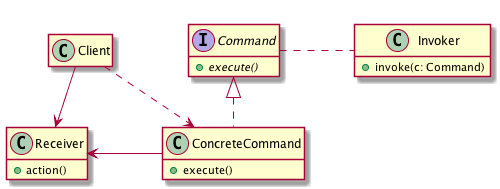
Before: comportement/command/uml/command_cd.png, a diagram exported from PlantUML (ace-lectures/pattern-repository).
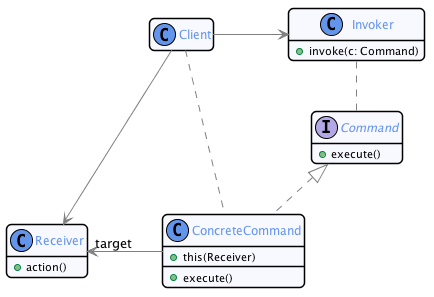
Later version of the same file.

Diff of the diagram source:
```diff
@@ -1,24 +1,72 @@
 @startuml
+
 
 skinparam nodesep 75
 skinparam ranksep 50
 hide empty members
 
-together {
+skinparam monochrome  false
+skinparam shadowing   false
+skinparam roundcorner 10
+skinparam linetype polyline
 
-  class Client
+skinparam class {
+    BackgroundColor GhostWhite
+    ArrowColor      Gray
+    BorderColor     Black
+    fontColor       CornFlowerBlue
+}
 
-  interface Command {
-    + {abstract} execute()
-  }
+skinparam state {
+    BackgroundColor GhostWhite
+    ArrowColor      Gray
+    BorderColor     Black
+    fontColor       CornFlowerBlue
+}
 
-  class Invoker {
-    + invoke(c: Command)
-  }
+skinparam object {
+    BackgroundColor GhostWhite
+    ArrowColor      Gray
+    BorderColor     Black
+}
 
-  Command . Invoker
-  Command .[hidden] Client
+skinparam package<<Layout>> {
+  borderColor         Transparent
+  backgroundColor     Transparent
+  fontColor           Transparent
+  stereotypeFontColor Transparent
+}
 
+skinparam sequence {
+	ArrowColor                  Gray
+  LifeLineBorderColor         CornFlowerBlue
+  LifeLineBackgroundColor     GhostWhite
+	ParticipantBorderColor      CornFlowerBlue
+	ParticipantBackgroundColor  GhostWhite
+  ActorBorderColor            CornFlowerBlue
+	ActorBackgroundColor        GhostWhite
+  BoxBorderColor         CornFlowerBlue
+  BoxBackgroundColor         GhostWhite
+}
+
+skinparam stereotypeCBackgroundColor CornflowerBlue
+
+hide footbox
+hide empty members
+
+skinparam note {
+ BackgroundColor GhostWhite
+ BorderColor         CornFlowerBlue
+}
+
+class Client
+
+interface Command {
+  + execute()
+}
+
+class Invoker {
+  + invoke(c: Command)
 }
 
 class Receiver {
@@ -26,13 +74,19 @@
 }
 
 class ConcreteCommand {
+  + this(Receiver)
+  __
   + execute()
 }
 
+
 Command <|.. ConcreteCommand
-Receiver <- ConcreteCommand
+Client --> Receiver
+Receiver "target" <- ConcreteCommand
+Client -> Invoker
+Client .. ConcreteCommand
+Invoker .. Command
 
-Client .> ConcreteCommand
-Client --> Receiver
+
 
 @enduml
```
